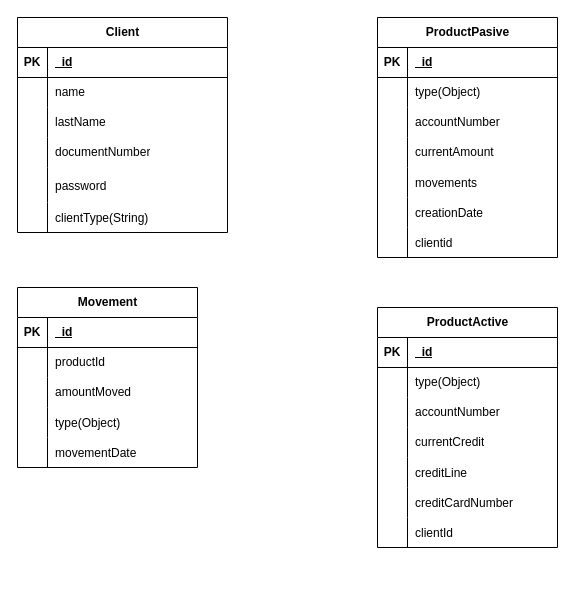
The draw.io diagram Diagrama de base de datos.drawio in Bootcamp49/Diagrams, before the edit. Source tidied: cells renumbered, new cells numbered last; positions are measured from the earlier drawing's top-left corner, leaving out a move shared by most shapes. Both pictures are drawn from the tidied source at 100%, with x=0, y=0 at pixel (17, 17).
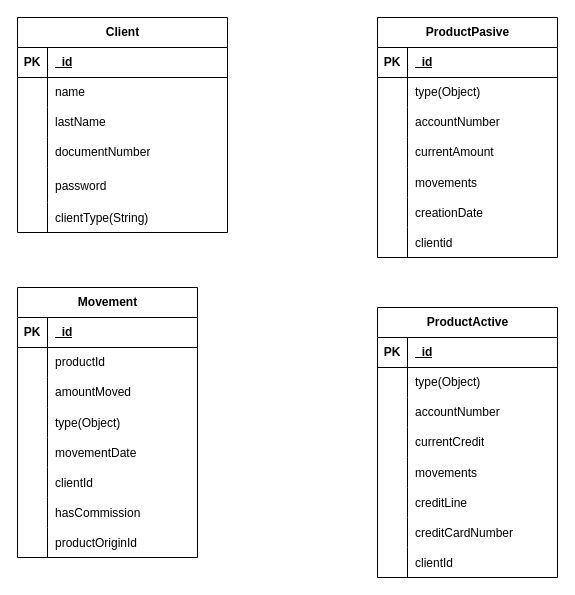
The same page after the edit.

Commit message (it also covers changes not shown here):
Updated diagrama de arquitectura to add some fields into collections

Change to the diagram source:
```diff
@@
     <mxCell id="24" value="ProductActive" style="shape=table;startSize=30;childLayout=tableLayout;rowLines=0;fontStyle=1;align=center;html=1;" parent="1" vertex="1">
-      <mxGeometry x="360" y="290" width="180" height="240" as="geometry" />
+      <mxGeometry x="360" y="290" width="180" height="270" as="geometry" />
     </mxCell>
@@
+    <mxCell id="81" style="shape=tableRow;horizontal=0;startSize=0;swimlaneHead=0;swimlaneBody=0;fillColor=none;top=0;left=0;right=0;bottom=0;" parent="24" vertex="1">
+      <mxGeometry y="150" width="180" height="30" as="geometry" />
+    </mxCell>
+    <mxCell id="82" style="shape=partialRectangle;fillColor=none;top=0;left=0;bottom=0;right=0;overflow=hidden;" parent="81" vertex="1">
+      <mxGeometry width="30" height="30" as="geometry" />
+    </mxCell>
+    <mxCell id="83" value="movements" style="shape=partialRectangle;fillColor=none;top=0;left=0;bottom=0;right=0;align=left;spacingLeft=6;overflow=hidden;" parent="81" vertex="1">
+      <mxGeometry x="30" width="150" height="30" as="geometry" />
+    </mxCell>
     <mxCell id="37" style="shape=tableRow;horizontal=0;startSize=0;swimlaneHead=0;swimlaneBody=0;fillColor=none;top=0;left=0;right=0;bottom=0;" parent="24" vertex="1">
-      <mxGeometry y="150" width="180" height="30" as="geometry" />
+      <mxGeometry y="180" width="180" height="30" as="geometry" />
     </mxCell>
@@
     <mxCell id="40" style="shape=tableRow;horizontal=0;startSize=0;swimlaneHead=0;swimlaneBody=0;fillColor=none;top=0;left=0;right=0;bottom=0;" parent="24" vertex="1">
-      <mxGeometry y="180" width="180" height="30" as="geometry" />
+      <mxGeometry y="210" width="180" height="30" as="geometry" />
     </mxCell>
@@
     <mxCell id="43" style="shape=tableRow;horizontal=0;startSize=0;swimlaneHead=0;swimlaneBody=0;fillColor=none;top=0;left=0;right=0;bottom=0;" parent="24" vertex="1">
-      <mxGeometry y="210" width="180" height="30" as="geometry" />
+      <mxGeometry y="240" width="180" height="30" as="geometry" />
     </mxCell>
@@
     <mxCell id="65" value="Movement" style="shape=table;startSize=30;childLayout=tableLayout;rowLines=0;fontStyle=1;align=center;html=1;" parent="1" vertex="1">
-      <mxGeometry y="270" width="180" height="180" as="geometry" />
+      <mxGeometry y="270" width="180" height="270" as="geometry" />
     </mxCell>
@@
+    <mxCell id="84" style="shape=tableRow;horizontal=0;startSize=0;swimlaneHead=0;swimlaneBody=0;fillColor=none;top=0;left=0;right=0;bottom=0;" parent="65" vertex="1">
+      <mxGeometry y="180" width="180" height="30" as="geometry" />
+    </mxCell>
+    <mxCell id="85" style="shape=partialRectangle;fillColor=none;top=0;left=0;bottom=0;right=0;overflow=hidden;" parent="84" vertex="1">
+      <mxGeometry width="30" height="30" as="geometry" />
+    </mxCell>
+    <mxCell id="86" value="clientId" style="shape=partialRectangle;fillColor=none;top=0;left=0;bottom=0;right=0;align=left;spacingLeft=6;overflow=hidden;" parent="84" vertex="1">
+      <mxGeometry x="30" width="150" height="30" as="geometry" />
+    </mxCell>
+    <mxCell id="87" style="shape=tableRow;horizontal=0;startSize=0;swimlaneHead=0;swimlaneBody=0;fillColor=none;top=0;left=0;right=0;bottom=0;" parent="65" vertex="1">
+      <mxGeometry y="210" width="180" height="30" as="geometry" />
+    </mxCell>
+    <mxCell id="88" style="shape=partialRectangle;fillColor=none;top=0;left=0;bottom=0;right=0;overflow=hidden;" parent="87" vertex="1">
+      <mxGeometry width="30" height="30" as="geometry" />
+    </mxCell>
+    <mxCell id="89" value="hasCommission" style="shape=partialRectangle;fillColor=none;top=0;left=0;bottom=0;right=0;align=left;spacingLeft=6;overflow=hidden;" parent="87" vertex="1">
+      <mxGeometry x="30" width="150" height="30" as="geometry" />
+    </mxCell>
+    <mxCell id="90" style="shape=tableRow;horizontal=0;startSize=0;swimlaneHead=0;swimlaneBody=0;fillColor=none;top=0;left=0;right=0;bottom=0;" parent="65" vertex="1">
+      <mxGeometry y="240" width="180" height="30" as="geometry" />
+    </mxCell>
+    <mxCell id="91" style="shape=partialRectangle;fillColor=none;top=0;left=0;bottom=0;right=0;overflow=hidden;" parent="90" vertex="1">
+      <mxGeometry width="30" height="30" as="geometry" />
+    </mxCell>
+    <mxCell id="92" value="productOriginId" style="shape=partialRectangle;fillColor=none;top=0;left=0;bottom=0;right=0;align=left;spacingLeft=6;overflow=hidden;" parent="90" vertex="1">
+      <mxGeometry x="30" width="150" height="30" as="geometry" />
+    </mxCell>
```
